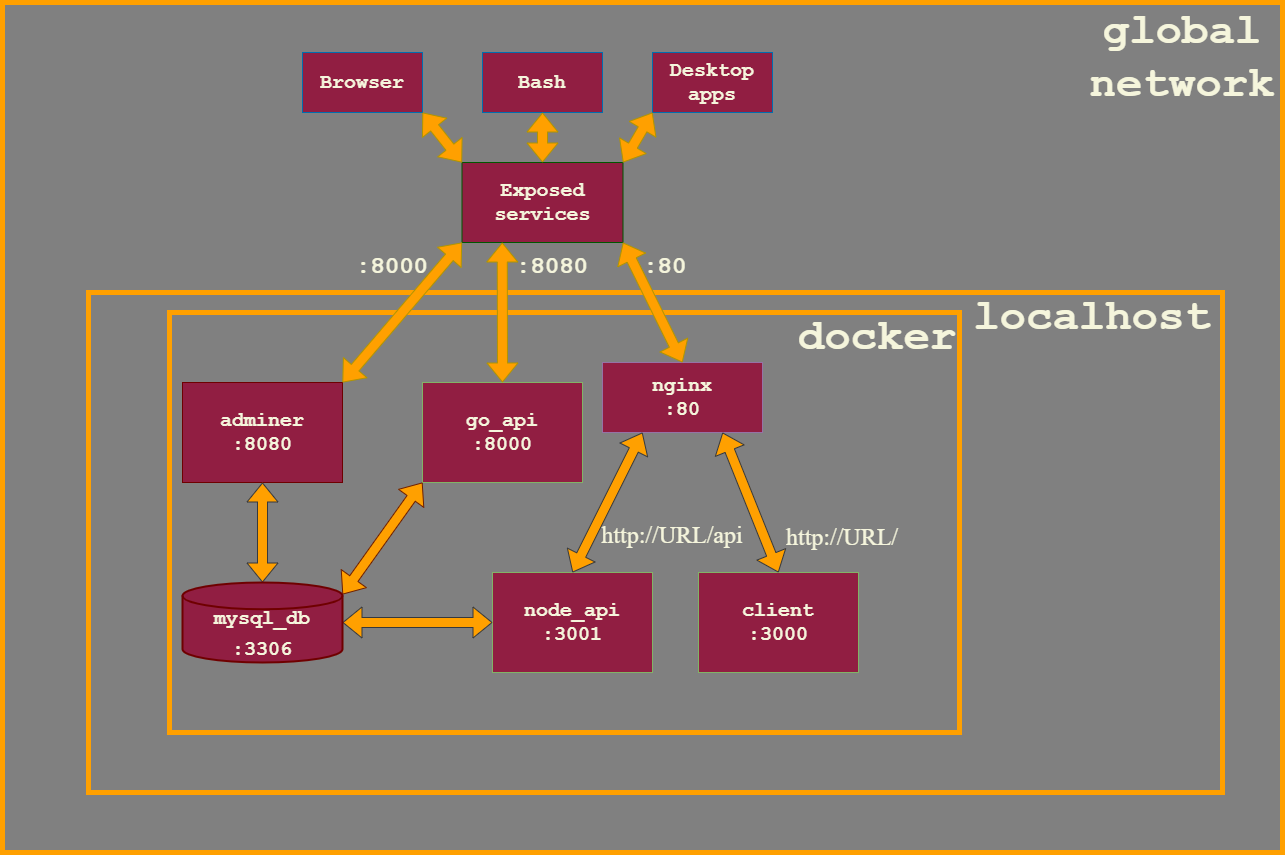
Before: diagrams/docker-services.png, a diagram exported from draw.io (RomaZherko21/NoName). Source tidied: cells renumbered, new cells last; positions are measured from the earlier drawing's top-left corner, leaving out a move shared by most shapes.
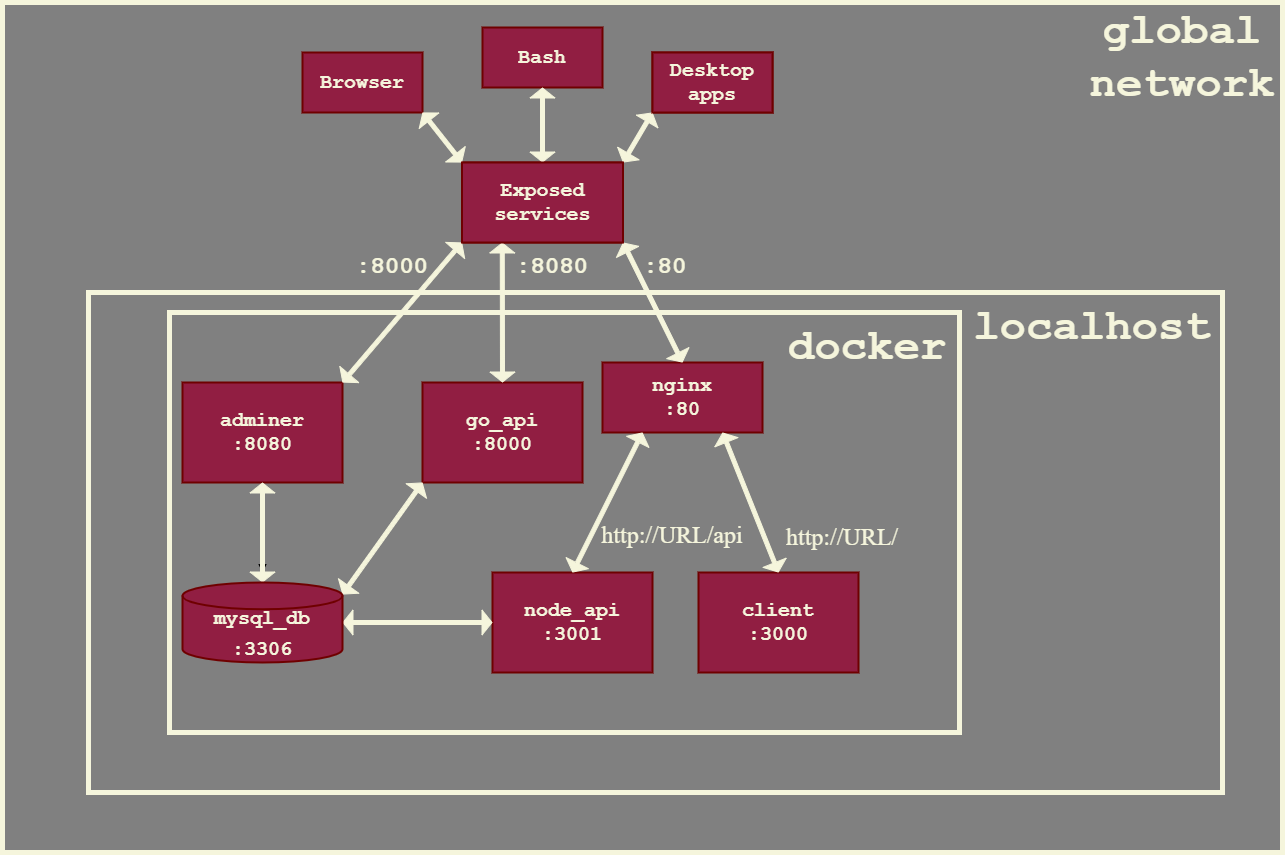
The same diagram one commit later.

What changed in the source:
```diff
@@ -2,28 +2,28 @@
   <root>
     <mxCell id="0" />
     <mxCell id="1" parent="0" />
-    <mxCell id="2" style="rounded=0;whiteSpace=wrap;html=1;labelBackgroundColor=none;strokeColor=#FFA000;fontSize=20;fillColor=#808080;fontFamily=Times New Roman;fontColor=#333333;strokeWidth=5;" parent="1" vertex="1">
+    <mxCell id="2" style="rounded=0;whiteSpace=wrap;html=1;labelBackgroundColor=none;strokeColor=#F5F5DC;fontSize=20;fillColor=#808080;fontFamily=Times New Roman;fontColor=#333333;strokeWidth=5;" parent="1" vertex="1">
       <mxGeometry width="1280" height="850" as="geometry" />
     </mxCell>
     <mxCell id="3" style="group;fillColor=#d80073;fontColor=#ffffff;strokeColor=#A50040;fontFamily=Times New Roman;" parent="1" vertex="1">
       <mxGeometry x="160" y="310" width="1060" height="480" as="geometry" />
     </mxCell>
-    <mxCell id="4" style="rounded=0;whiteSpace=wrap;html=1;labelBackgroundColor=none;fontSize=20;fontFamily=Times New Roman;fillColor=#808080;strokeColor=#FFA000;strokeWidth=5;" parent="3" vertex="1">
+    <mxCell id="4" style="rounded=0;whiteSpace=wrap;html=1;labelBackgroundColor=none;fontSize=20;fontFamily=Times New Roman;fillColor=#808080;strokeColor=#F5F5DC;strokeWidth=5;" parent="3" vertex="1">
       <mxGeometry x="-74" y="-20" width="1134" height="500" as="geometry" />
     </mxCell>
-    <mxCell id="5" style="rounded=0;whiteSpace=wrap;html=1;fontFamily=Times New Roman;fillColor=#808080;strokeColor=#FFA000;strokeWidth=5;" parent="3" vertex="1">
+    <mxCell id="5" style="rounded=0;whiteSpace=wrap;html=1;fontFamily=Times New Roman;fillColor=#808080;strokeColor=#F5F5DC;strokeWidth=5;fontColor=#F5F5DC;" parent="3" vertex="1">
       <mxGeometry x="7" width="790" height="420" as="geometry" />
     </mxCell>
-    <mxCell id="6" value="nginx&lt;br&gt;:80" style="rounded=0;whiteSpace=wrap;html=1;fontSize=20;fillColor=#911E42;strokeColor=#9673a6;fontFamily=Courier New;align=center;fontStyle=1;verticalAlign=middle;fontColor=#F5F5DC;" parent="3" vertex="1">
+    <mxCell id="6" value="nginx&lt;br&gt;:80" style="rounded=0;whiteSpace=wrap;html=1;fontSize=20;fillColor=#911E42;strokeColor=#6F0000;fontFamily=Courier New;align=center;fontStyle=1;verticalAlign=middle;fontColor=#F5F5DC;strokeWidth=2;" parent="3" vertex="1">
       <mxGeometry x="440" y="50" width="160" height="70" as="geometry" />
     </mxCell>
-    <mxCell id="7" value="go_api&lt;br&gt;:8000" style="rounded=0;whiteSpace=wrap;html=1;fontSize=20;fillColor=#911E42;strokeColor=#82b366;fontFamily=Courier New;align=center;fontStyle=1;verticalAlign=middle;fontColor=#F5F5DC;" parent="3" vertex="1">
+    <mxCell id="7" value="go_api&lt;br&gt;:8000" style="rounded=0;whiteSpace=wrap;html=1;fontSize=20;fillColor=#911E42;strokeColor=#6F0000;fontFamily=Courier New;align=center;fontStyle=1;verticalAlign=middle;fontColor=#F5F5DC;strokeWidth=2;" parent="3" vertex="1">
       <mxGeometry x="260" y="70" width="160" height="100" as="geometry" />
     </mxCell>
-    <mxCell id="8" value="node_api&lt;br&gt;:3001" style="rounded=0;whiteSpace=wrap;html=1;fontSize=20;fillColor=#911E42;strokeColor=#82b366;fontFamily=Courier New;align=center;fontStyle=1;verticalAlign=middle;fontColor=#F5F5DC;" parent="3" vertex="1">
+    <mxCell id="8" value="node_api&lt;br&gt;:3001" style="rounded=0;whiteSpace=wrap;html=1;fontSize=20;fillColor=#911E42;strokeColor=#6F0000;fontFamily=Courier New;align=center;fontStyle=1;verticalAlign=middle;fontColor=#F5F5DC;strokeWidth=2;" parent="3" vertex="1">
       <mxGeometry x="330" y="260" width="160" height="100" as="geometry" />
     </mxCell>
-    <mxCell id="9" value="client&lt;br&gt;:3000" style="rounded=0;whiteSpace=wrap;html=1;fontSize=20;fillColor=#911E42;strokeColor=#82b366;fontFamily=Courier New;align=center;fontStyle=1;verticalAlign=middle;fontColor=#F5F5DC;" parent="3" vertex="1">
+    <mxCell id="9" value="client&lt;br&gt;:3000" style="rounded=0;whiteSpace=wrap;html=1;fontSize=20;fillColor=#911E42;strokeColor=#6F0000;fontFamily=Courier New;align=center;fontStyle=1;verticalAlign=middle;fontColor=#F5F5DC;strokeWidth=2;" parent="3" vertex="1">
       <mxGeometry x="536" y="260" width="160" height="100" as="geometry" />
     </mxCell>
     <mxCell id="10" value="&lt;p&gt;&lt;font style=&quot;font-size: 24px;&quot;&gt;http://URL/api&lt;/font&gt;&lt;/p&gt;" style="text;html=1;strokeColor=none;fillColor=none;align=center;verticalAlign=middle;whiteSpace=wrap;rounded=0;labelBackgroundColor=none;fontSize=20;fontFamily=Times New Roman;rotation=0;fontColor=#F5F5DC;" parent="3" vertex="1">
@@ -33,18 +33,18 @@
       <mxGeometry x="650" y="200" width="60" height="50" as="geometry" />
     </mxCell>
     <mxCell id="12" value="&lt;font style=&quot;font-size: 44px;&quot;&gt;docker&lt;/font&gt;" style="text;html=1;strokeColor=none;fillColor=none;align=center;verticalAlign=middle;whiteSpace=wrap;rounded=0;fontFamily=Courier New;fontColor=#F5F5DC;fontStyle=1;" parent="3" vertex="1">
-      <mxGeometry x="670" y="10" width="90" height="30" as="geometry" />
+      <mxGeometry x="660" y="20" width="90" height="30" as="geometry" />
     </mxCell>
-    <mxCell id="13" style="shape=flexArrow;endArrow=classic;startArrow=classic;html=1;rounded=0;fontFamily=Times New Roman;fontSize=44;entryX=0.75;entryY=1;entryDx=0;entryDy=0;exitX=0.5;exitY=0;exitDx=0;exitDy=0;fillColor=#FFA000;strokeColor=#36393d;" parent="3" edge="1" source="9" target="6">
+    <mxCell id="13" style="shape=flexArrow;endArrow=classic;startArrow=classic;html=1;rounded=0;fontFamily=Times New Roman;fontSize=44;entryX=0.75;entryY=1;entryDx=0;entryDy=0;exitX=0.5;exitY=0;exitDx=0;exitDy=0;fillColor=#F5F5DC;strokeColor=#F5F5DC;endSize=3;startSize=3;width=4;" parent="3" edge="1" source="9" target="6">
       <mxGeometry relative="1" as="geometry" />
     </mxCell>
-    <mxCell id="14" style="shape=flexArrow;endArrow=classic;startArrow=classic;html=1;rounded=0;fontFamily=Times New Roman;fontSize=44;entryX=0.25;entryY=1;entryDx=0;entryDy=0;exitX=0.5;exitY=0;exitDx=0;exitDy=0;fillColor=#FFA000;strokeColor=#36393d;" parent="3" edge="1" source="8" target="6">
+    <mxCell id="14" style="shape=flexArrow;endArrow=classic;startArrow=classic;html=1;rounded=0;fontFamily=Times New Roman;fontSize=44;entryX=0.25;entryY=1;entryDx=0;entryDy=0;exitX=0.5;exitY=0;exitDx=0;exitDy=0;fillColor=#F5F5DC;strokeColor=#F5F5DC;endSize=3;startSize=3;width=4;" parent="3" edge="1" source="8" target="6">
       <mxGeometry relative="1" as="geometry" />
     </mxCell>
-    <mxCell id="15" style="shape=flexArrow;endArrow=classic;startArrow=classic;html=1;rounded=0;fontFamily=Times New Roman;fontSize=44;entryX=0;entryY=0.5;entryDx=0;entryDy=0;exitX=1;exitY=0.5;exitDx=0;exitDy=0;fillColor=#FFA000;strokeColor=#36393d;exitPerimeter=0;" parent="3" edge="1" source="20" target="8">
+    <mxCell id="15" style="shape=flexArrow;endArrow=classic;startArrow=classic;html=1;rounded=0;fontFamily=Times New Roman;fontSize=44;entryX=0;entryY=0.5;entryDx=0;entryDy=0;exitX=1;exitY=0.5;exitDx=0;exitDy=0;fillColor=#F5F5DC;strokeColor=#F5F5DC;exitPerimeter=0;endSize=3;startSize=3;width=4;" parent="3" edge="1" source="20" target="8">
       <mxGeometry relative="1" as="geometry" />
     </mxCell>
-    <mxCell id="16" style="shape=flexArrow;endArrow=classic;startArrow=classic;html=1;rounded=0;fontFamily=Times New Roman;fontSize=44;entryX=0;entryY=1;entryDx=0;entryDy=0;exitX=1;exitY=0.15;exitDx=0;exitDy=0;fillColor=#FFA000;strokeColor=#6D1F00;exitPerimeter=0;" parent="3" edge="1" source="20" target="7">
+    <mxCell id="16" style="shape=flexArrow;endArrow=classic;startArrow=classic;html=1;rounded=0;fontFamily=Times New Roman;fontSize=44;entryX=0;entryY=1;entryDx=0;entryDy=0;exitX=1;exitY=0.15;exitDx=0;exitDy=0;fillColor=#F5F5DC;strokeColor=#F5F5DC;exitPerimeter=0;endSize=3;startSize=3;width=4;" parent="3" edge="1" source="20" target="7">
       <mxGeometry relative="1" as="geometry" />
     </mxCell>
     <mxCell id="17" style="edgeStyle=orthogonalEdgeStyle;rounded=0;jettySize=auto;html=1;fontFamily=Times New Roman;fontSize=44;" parent="3" edge="1" source="18">
@@ -52,34 +52,37 @@
         <mxPoint x="100" y="260" as="targetPoint" />
       </mxGeometry>
     </mxCell>
-    <mxCell id="18" value="adminer&lt;br&gt;:8080" style="rounded=0;whiteSpace=wrap;html=1;fontSize=20;fillColor=#911E42;strokeColor=#6F0000;align=center;fontFamily=Courier New;fontColor=#F5F5DC;fontStyle=1;verticalAlign=middle;" parent="3" vertex="1">
+    <mxCell id="18" value="adminer&lt;br&gt;:8080" style="rounded=0;whiteSpace=wrap;html=1;fontSize=20;fillColor=#911E42;strokeColor=#6F0000;align=center;fontFamily=Courier New;fontColor=#F5F5DC;fontStyle=1;verticalAlign=middle;strokeWidth=2;" parent="3" vertex="1">
       <mxGeometry x="20" y="70" width="160" height="100" as="geometry" />
     </mxCell>
-    <mxCell id="19" style="shape=flexArrow;endArrow=classic;startArrow=classic;html=1;rounded=0;fontFamily=Times New Roman;fontSize=44;exitX=0.5;exitY=0;exitDx=0;exitDy=0;fillColor=#FFA000;strokeColor=#36393d;entryX=0.5;entryY=1;entryDx=0;entryDy=0;exitPerimeter=0;" parent="3" edge="1" source="20" target="18">
+    <mxCell id="19" style="shape=flexArrow;endArrow=classic;startArrow=classic;html=1;rounded=0;fontFamily=Times New Roman;fontSize=23;exitX=0.5;exitY=0;exitDx=0;exitDy=0;fillColor=#F5F5DC;strokeColor=#F5F5DC;entryX=0.5;entryY=1;entryDx=0;entryDy=0;exitPerimeter=0;shadow=0;sketch=0;gradientColor=none;width=4;endSize=3;startSize=3;" parent="3" edge="1" source="20" target="18">
       <mxGeometry relative="1" as="geometry" />
     </mxCell>
     <mxCell id="20" value="&lt;span style=&quot;font-size: 20px;&quot;&gt;&lt;br&gt;mysql_db&lt;/span&gt;&lt;br style=&quot;font-size: 20px;&quot;&gt;&lt;span style=&quot;font-size: 20px;&quot;&gt;:3306&lt;/span&gt;" style="strokeWidth=2;html=1;shape=mxgraph.flowchart.database;whiteSpace=wrap;fillColor=#911E42;strokeColor=#6F0000;fontColor=#F5F5DC;align=center;fontStyle=1;verticalAlign=middle;fontFamily=Courier New;" parent="3" vertex="1">
       <mxGeometry x="20" y="270" width="160" height="80" as="geometry" />
     </mxCell>
+    <mxCell id="35" value="&lt;span style=&quot;font-size: 44px;&quot;&gt;&lt;font&gt;localhost&lt;/font&gt;&lt;/span&gt;" style="text;html=1;strokeColor=none;fillColor=none;align=center;verticalAlign=middle;whiteSpace=wrap;rounded=0;labelBackgroundColor=none;fontSize=20;fontFamily=Courier New;fontColor=#F5F5DC;fontStyle=1;" parent="3" vertex="1">
+      <mxGeometry x="900" width="60" height="30" as="geometry" />
+    </mxCell>
-    <mxCell id="21" value="Browser" style="rounded=0;whiteSpace=wrap;html=1;fontSize=20;fillColor=#911E42;fontColor=#F5F5DC;strokeColor=#006EAF;fontFamily=Courier New;fontStyle=1;" parent="1" vertex="1">
+    <mxCell id="21" value="Browser" style="rounded=0;whiteSpace=wrap;html=1;fontSize=20;fillColor=#911E42;fontColor=#F5F5DC;strokeColor=#6F0000;fontFamily=Courier New;fontStyle=1;strokeWidth=2;" parent="1" vertex="1">
       <mxGeometry x="300" y="50" width="120" height="60" as="geometry" />
     </mxCell>
-    <mxCell id="22" value="Bash" style="rounded=0;whiteSpace=wrap;html=1;fontSize=20;fillColor=#911E42;fontColor=#F5F5DC;strokeColor=#006EAF;fontFamily=Courier New;fontStyle=1;" parent="1" vertex="1">
-      <mxGeometry x="480" y="50" width="120" height="60" as="geometry" />
+    <mxCell id="22" value="Bash" style="rounded=0;whiteSpace=wrap;html=1;fontSize=20;fillColor=#911E42;fontColor=#F5F5DC;strokeColor=#6F0000;fontFamily=Courier New;fontStyle=1;strokeWidth=2;" parent="1" vertex="1">
+      <mxGeometry x="480" y="25" width="120" height="60" as="geometry" />
     </mxCell>
-    <mxCell id="23" value="Desktop apps" style="rounded=0;whiteSpace=wrap;html=1;fontSize=20;fillColor=#911E42;fontColor=#F5F5DC;strokeColor=#006EAF;fontFamily=Courier New;fontStyle=1;" parent="1" vertex="1">
+    <mxCell id="23" value="Desktop apps" style="rounded=0;whiteSpace=wrap;html=1;fontSize=20;fillColor=#911E42;fontColor=#F5F5DC;strokeColor=#6F0000;fontFamily=Courier New;fontStyle=1;strokeWidth=2;" parent="1" vertex="1">
       <mxGeometry x="650" y="50" width="120" height="60" as="geometry" />
     </mxCell>
-    <mxCell id="24" value="Exposed services" style="rounded=0;whiteSpace=wrap;html=1;fontSize=20;fillColor=#911E42;fontColor=#F5F5DC;strokeColor=#005700;fontFamily=Courier New;fontStyle=1;" parent="1" vertex="1">
+    <mxCell id="24" value="Exposed services" style="rounded=0;whiteSpace=wrap;html=1;fontSize=20;fillColor=#911E42;fontColor=#F5F5DC;strokeColor=#6F0000;fontFamily=Courier New;fontStyle=1;strokeWidth=2;" parent="1" vertex="1">
       <mxGeometry x="459.5" y="160" width="161" height="80" as="geometry" />
     </mxCell>
-    <mxCell id="25" style="shape=flexArrow;endArrow=classic;startArrow=classic;html=1;rounded=0;fontSize=20;fillColor=#FFA000;strokeColor=#B09500;exitX=1;exitY=0;exitDx=0;exitDy=0;fontFamily=Times New Roman;entryX=0;entryY=1;entryDx=0;entryDy=0;" parent="1" edge="1" source="24" target="23">
+    <mxCell id="25" style="shape=flexArrow;endArrow=classic;startArrow=classic;html=1;rounded=0;fontSize=20;fillColor=#F5F5DC;strokeColor=#F5F5DC;exitX=1;exitY=0;exitDx=0;exitDy=0;fontFamily=Times New Roman;entryX=0;entryY=1;entryDx=0;entryDy=0;endSize=3;startSize=3;width=4;" parent="1" edge="1" source="24" target="23">
       <mxGeometry relative="1" as="geometry" />
     </mxCell>
-    <mxCell id="26" style="shape=flexArrow;endArrow=classic;startArrow=classic;html=1;rounded=0;fontSize=20;fillColor=#FFA000;strokeColor=#B09500;exitX=0.5;exitY=0;exitDx=0;exitDy=0;fontFamily=Times New Roman;entryX=0.5;entryY=1;entryDx=0;entryDy=0;" parent="1" edge="1" source="24" target="22">
+    <mxCell id="26" style="shape=flexArrow;endArrow=classic;startArrow=classic;html=1;rounded=0;fontSize=20;fillColor=#F5F5DC;strokeColor=#F5F5DC;exitX=0.5;exitY=0;exitDx=0;exitDy=0;fontFamily=Times New Roman;entryX=0.5;entryY=1;entryDx=0;entryDy=0;endSize=3;startSize=3;width=4;" parent="1" edge="1" source="24" target="22">
       <mxGeometry relative="1" as="geometry" />
     </mxCell>
-    <mxCell id="27" style="shape=flexArrow;endArrow=classic;startArrow=classic;html=1;rounded=0;fontSize=20;fillColor=#FFA000;strokeColor=#B09500;fontFamily=Times New Roman;exitX=0;exitY=0;exitDx=0;exitDy=0;entryX=1;entryY=1;entryDx=0;entryDy=0;" parent="1" edge="1" source="24" target="21">
+    <mxCell id="27" style="shape=flexArrow;endArrow=classic;startArrow=classic;html=1;rounded=0;fontSize=20;fillColor=#F5F5DC;strokeColor=#F5F5DC;fontFamily=Times New Roman;exitX=0;exitY=0;exitDx=0;exitDy=0;entryX=1;entryY=1;entryDx=0;entryDy=0;endSize=3;startSize=3;width=4;" parent="1" edge="1" source="24" target="21">
       <mxGeometry relative="1" as="geometry" />
     </mxCell>
     <mxCell id="28" value="&lt;font style=&quot;font-size: 24px;&quot;&gt;:8000&lt;/font&gt;" style="text;html=1;strokeColor=none;fillColor=none;align=center;verticalAlign=middle;whiteSpace=wrap;rounded=0;labelBackgroundColor=none;fontSize=20;fontColor=#F5F5DC;fontFamily=Courier New;rotation=0;fontStyle=1;" parent="1" vertex="1">
@@ -94,17 +97,20 @@
     <mxCell id="31" value="&lt;font style=&quot;font-size: 44px;&quot;&gt;global&lt;br&gt;network&lt;/font&gt;" style="text;html=1;strokeColor=none;fillColor=none;align=center;verticalAlign=middle;whiteSpace=wrap;rounded=0;labelBackgroundColor=none;fontSize=20;fontFamily=Courier New;fontColor=#F5F5DC;fontStyle=1;" parent="1" vertex="1">
       <mxGeometry x="1150" y="40" width="60" height="30" as="geometry" />
     </mxCell>
-    <mxCell id="32" style="shape=flexArrow;endArrow=classic;startArrow=classic;html=1;rounded=0;fontFamily=Times New Roman;fontSize=44;entryX=0.25;entryY=1;entryDx=0;entryDy=0;exitX=0.5;exitY=0;exitDx=0;exitDy=0;fillColor=#FFA000;strokeColor=#B09500;" parent="1" edge="1" source="7" target="24">
+    <mxCell id="32" style="shape=flexArrow;endArrow=classic;startArrow=classic;html=1;rounded=0;fontFamily=Times New Roman;fontSize=44;entryX=0.25;entryY=1;entryDx=0;entryDy=0;exitX=0.5;exitY=0;exitDx=0;exitDy=0;fillColor=#F5F5DC;strokeColor=#F5F5DC;endSize=3;startSize=3;width=4;" parent="1" edge="1" source="7" target="24">
       <mxGeometry relative="1" as="geometry" />
     </mxCell>
-    <mxCell id="33" style="shape=flexArrow;endArrow=classic;startArrow=classic;html=1;rounded=0;fontFamily=Times New Roman;fontSize=44;entryX=0;entryY=1;entryDx=0;entryDy=0;exitX=1;exitY=0;exitDx=0;exitDy=0;fillColor=#FFA000;strokeColor=#B09500;" parent="1" edge="1" source="18" target="24">
+    <mxCell id="33" style="shape=flexArrow;endArrow=classic;startArrow=classic;html=1;rounded=0;fontFamily=Times New Roman;fontSize=44;entryX=0;entryY=1;entryDx=0;entryDy=0;exitX=1;exitY=0;exitDx=0;exitDy=0;fillColor=#F5F5DC;strokeColor=#F5F5DC;endSize=3;startSize=3;width=4;" parent="1" edge="1" source="18" target="24">
       <mxGeometry relative="1" as="geometry" />
     </mxCell>
-    <mxCell id="34" style="shape=flexArrow;endArrow=classic;startArrow=classic;html=1;rounded=0;fontFamily=Times New Roman;fontSize=44;entryX=1;entryY=1;entryDx=0;entryDy=0;exitX=0.5;exitY=0;exitDx=0;exitDy=0;fillColor=#FFA000;strokeColor=#B09500;" parent="1" edge="1" source="6" target="24">
+    <mxCell id="34" style="shape=flexArrow;endArrow=classic;startArrow=classic;html=1;rounded=0;fontFamily=Times New Roman;fontSize=44;entryX=1;entryY=1;entryDx=0;entryDy=0;exitX=0.5;exitY=0;exitDx=0;exitDy=0;fillColor=#F5F5DC;strokeColor=#F5F5DC;endSize=3;startSize=3;width=4;" parent="1" edge="1" source="6" target="24">
       <mxGeometry relative="1" as="geometry" />
     </mxCell>
-    <mxCell id="35" value="&lt;span style=&quot;font-size: 44px;&quot;&gt;&lt;font&gt;localhost&lt;/font&gt;&lt;/span&gt;" style="text;html=1;strokeColor=none;fillColor=none;align=center;verticalAlign=middle;whiteSpace=wrap;rounded=0;labelBackgroundColor=none;fontSize=20;fontFamily=Courier New;fontColor=#F5F5DC;fontStyle=1;" parent="1" vertex="1">
-      <mxGeometry x="1060" y="300" width="60" height="30" as="geometry" />
-    </mxCell>
+    <mxCell id="36" value="Exposed services" style="rounded=0;whiteSpace=wrap;html=1;fontSize=20;fillColor=#911E42;fontColor=#F5F5DC;strokeColor=#6F0000;fontFamily=Courier New;fontStyle=1;strokeWidth=2;" parent="1" vertex="1">
+      <mxGeometry x="459.5" y="160" width="161" height="80" as="geometry" />
+    </mxCell>
+    <mxCell id="37" value="Desktop apps" style="rounded=0;whiteSpace=wrap;html=1;fontSize=20;fillColor=#911E42;fontColor=#F5F5DC;strokeColor=#6F0000;fontFamily=Courier New;fontStyle=1;strokeWidth=2;" parent="1" vertex="1">
+      <mxGeometry x="650" y="50" width="120" height="60" as="geometry" />
+    </mxCell>
   </root>
 </mxGraphModel>
```
